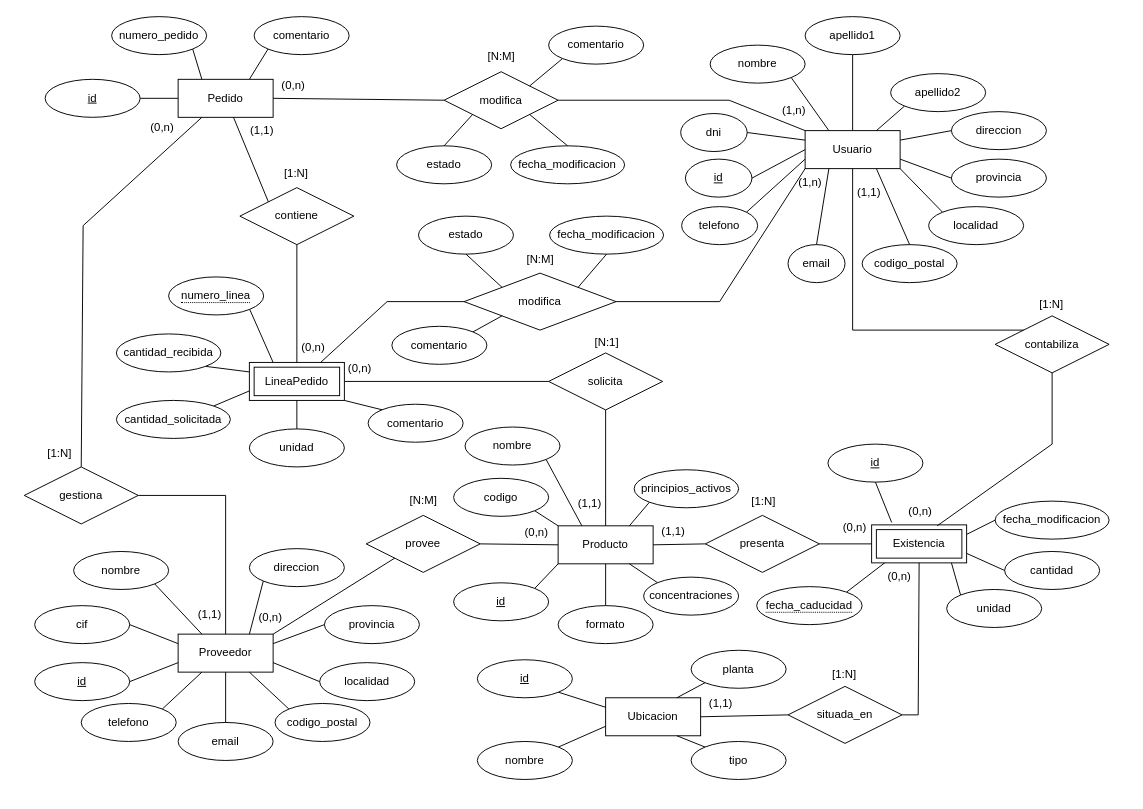
This is DiagramaER_con_ids.drawio from mariopr25/AlmacenMedicamentosER, a draw.io file, before an edit. Source tidied: cells renumbered, new cells numbered last; positions are measured from the earlier drawing's top-left corner, leaving out a move shared by most shapes. Both pictures are drawn from the tidied source at 95%, with x=0, y=0 at pixel (16, 16).
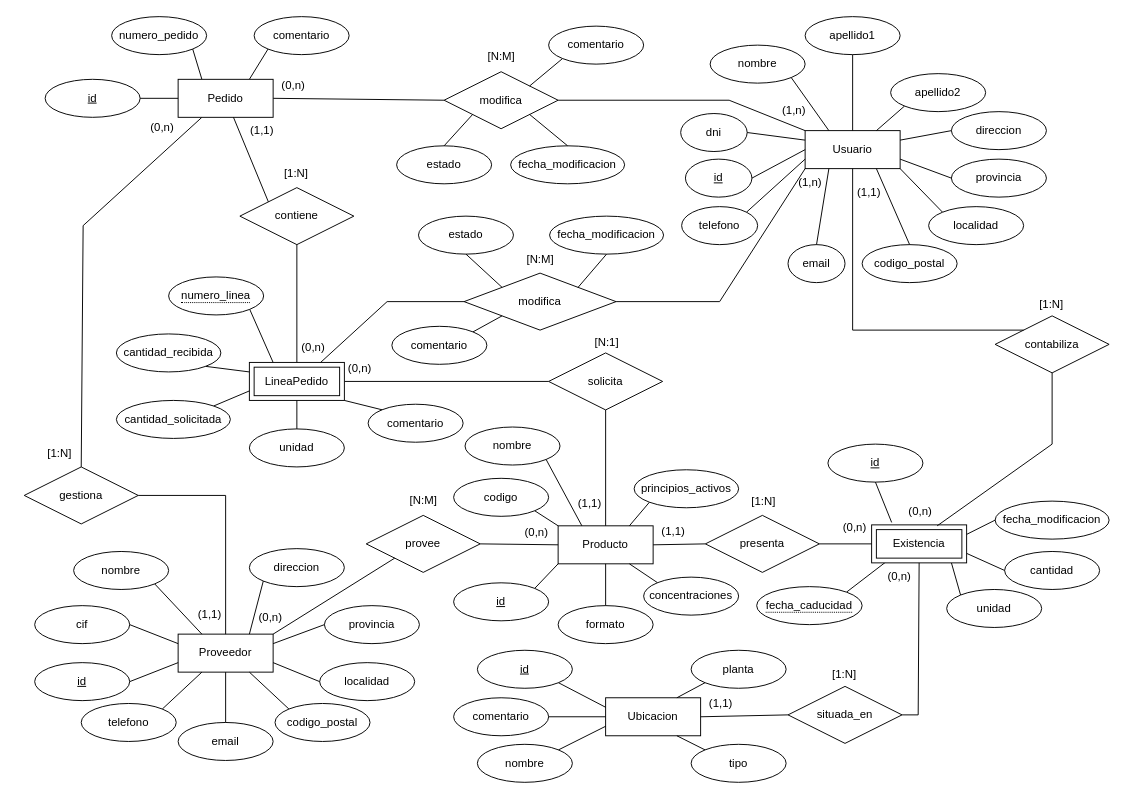
Above is the later version.

Commit message:
Agregado comentario a Ubicacion

Unchanged cells that the change refers to:
```xml
<mxCell id="44" style="group;" parent="1" vertex="1">
  <mxGeometry x="510" y="667" width="330" height="150" as="geometry" />
</mxCell>
<mxCell id="45" value="Ubicacion" style="whiteSpace=wrap;html=1;align=center;" parent="44" vertex="1">
  <mxGeometry x="110" y="50" width="100" height="40" as="geometry" />
</mxCell>
```

Change to the diagram source:
```diff
@@
     <mxCell id="46" value="id" style="ellipse;whiteSpace=wrap;html=1;align=center;fontStyle=4;" parent="44" vertex="1">
-      <mxGeometry x="-25" y="10" width="100" height="40" as="geometry" />
+      <mxGeometry x="-25" width="100" height="40" as="geometry" />
     </mxCell>
     <mxCell id="47" value="nombre" style="ellipse;whiteSpace=wrap;html=1;align=center;" parent="44" vertex="1">
-      <mxGeometry x="-25" y="96" width="100" height="40" as="geometry" />
+      <mxGeometry x="-25" y="99" width="100" height="40" as="geometry" />
     </mxCell>
@@
     <mxCell id="49" value="tipo" style="ellipse;whiteSpace=wrap;html=1;align=center;" parent="44" vertex="1">
-      <mxGeometry x="200" y="96" width="100" height="40" as="geometry" />
+      <mxGeometry x="200" y="99" width="100" height="40" as="geometry" />
     </mxCell>
@@
+    <mxCell id="168" value="comentario" style="ellipse;whiteSpace=wrap;html=1;align=center;" parent="44" vertex="1">
+      <mxGeometry x="-50" y="50" width="100" height="40" as="geometry" />
+    </mxCell>
+    <mxCell id="169" style="endArrow=none;html=1;rounded=0;entryX=0;entryY=0.5;entryDx=0;entryDy=0;exitX=1;exitY=0.5;exitDx=0;exitDy=0;" parent="44" edge="1" source="168" target="45">
+      <mxGeometry relative="1" as="geometry" />
+    </mxCell>
```
